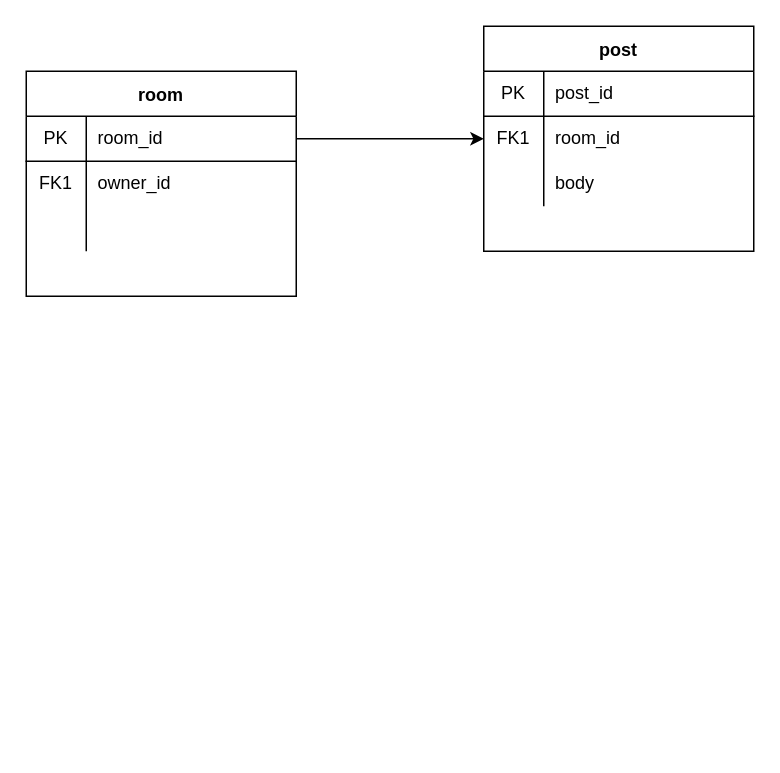
The draw.io diagram EntryRelation.drawio in Terufuji3/ANONIM, before the edit. Source tidied: cells renumbered, new cells numbered last; positions are measured from the earlier drawing's top-left corner, leaving out a move shared by most shapes. Both pictures are drawn from the tidied source at 150%, with x=0, y=0 at pixel (26, 26).
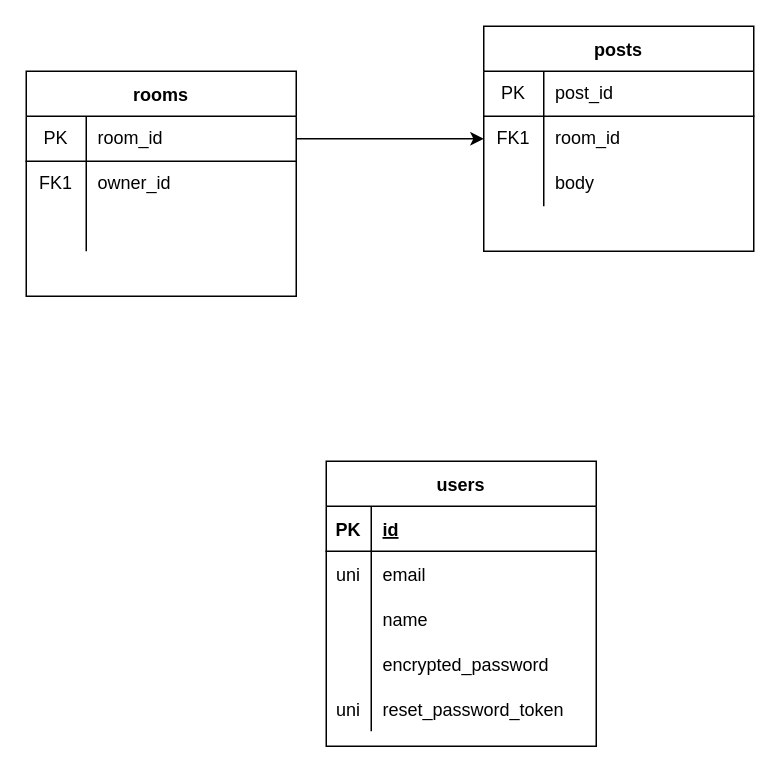
Above is the later version.

Commit message:
EntryRelation.drawio を更新します

Change to the diagram source:
```diff
@@
-    <mxCell id="2" value="room" style="shape=table;startSize=30;childLayout=tableLayout;rowLines=0;fontStyle=1;align=center;" parent="1" vertex="1">
+    <mxCell id="2" value="rooms" style="shape=table;startSize=30;childLayout=tableLayout;rowLines=0;fontStyle=1;align=center;" parent="1" vertex="1">
       <mxGeometry y="30" width="180" height="150" as="geometry" />
     </mxCell>
@@
-    <mxCell id="12" value="post" style="shape=table;startSize=30;childLayout=tableLayout;rowLines=0;fontStyle=1;align=center;" parent="1" vertex="1">
+    <mxCell id="12" value="posts" style="shape=table;startSize=30;childLayout=tableLayout;rowLines=0;fontStyle=1;align=center;" parent="1" vertex="1">
       <mxGeometry x="305" width="180" height="150" as="geometry" />
     </mxCell>
@@
+    <mxCell id="23" value="users" style="shape=table;startSize=30;childLayout=tableLayout;rowLines=0;fontStyle=1;align=center;" parent="1" vertex="1">
+      <mxGeometry x="200" y="290" width="180" height="190" as="geometry" />
+    </mxCell>
+    <mxCell id="24" style="shape=tableRow;horizontal=0;startSize=0;swimlaneHead=0;swimlaneBody=0;fillColor=none;top=0;left=0;right=0;bottom=1;" parent="23" vertex="1">
+      <mxGeometry y="30" width="180" height="30" as="geometry" />
+    </mxCell>
+    <mxCell id="25" value="PK" style="shape=partialRectangle;fillColor=none;top=0;left=0;bottom=0;right=0;fontStyle=1;overflow=hidden;" parent="24" vertex="1">
+      <mxGeometry width="30" height="30" as="geometry" />
+    </mxCell>
+    <mxCell id="26" value="id" style="shape=partialRectangle;fillColor=none;top=0;left=0;bottom=0;right=0;align=left;spacingLeft=6;fontStyle=5;overflow=hidden;" parent="24" vertex="1">
+      <mxGeometry x="30" width="150" height="30" as="geometry" />
+    </mxCell>
+    <mxCell id="27" style="shape=tableRow;horizontal=0;startSize=0;swimlaneHead=0;swimlaneBody=0;fillColor=none;top=0;left=0;right=0;bottom=0;" parent="23" vertex="1">
+      <mxGeometry y="60" width="180" height="30" as="geometry" />
+    </mxCell>
+    <mxCell id="28" value="uni" style="shape=partialRectangle;fillColor=none;top=0;left=0;bottom=0;right=0;overflow=hidden;" parent="27" vertex="1">
+      <mxGeometry width="30" height="30" as="geometry" />
+    </mxCell>
+    <mxCell id="29" value="email" style="shape=partialRectangle;fillColor=none;top=0;left=0;bottom=0;right=0;align=left;spacingLeft=6;overflow=hidden;" parent="27" vertex="1">
+      <mxGeometry x="30" width="150" height="30" as="geometry" />
+    </mxCell>
+    <mxCell id="30" style="shape=tableRow;horizontal=0;startSize=0;swimlaneHead=0;swimlaneBody=0;fillColor=none;top=0;left=0;right=0;bottom=0;" parent="23" vertex="1">
+      <mxGeometry y="90" width="180" height="30" as="geometry" />
+    </mxCell>
+    <mxCell id="31" style="shape=partialRectangle;fillColor=none;top=0;left=0;bottom=0;right=0;overflow=hidden;" parent="30" vertex="1">
+      <mxGeometry width="30" height="30" as="geometry" />
+    </mxCell>
+    <mxCell id="32" value="name" style="shape=partialRectangle;fillColor=none;top=0;left=0;bottom=0;right=0;align=left;spacingLeft=6;overflow=hidden;" parent="30" vertex="1">
+      <mxGeometry x="30" width="150" height="30" as="geometry" />
+    </mxCell>
+    <mxCell id="33" style="shape=tableRow;horizontal=0;startSize=0;swimlaneHead=0;swimlaneBody=0;fillColor=none;top=0;left=0;right=0;bottom=0;" parent="23" vertex="1">
+      <mxGeometry y="120" width="180" height="30" as="geometry" />
+    </mxCell>
+    <mxCell id="34" style="shape=partialRectangle;fillColor=none;top=0;left=0;bottom=0;right=0;overflow=hidden;" parent="33" vertex="1">
+      <mxGeometry width="30" height="30" as="geometry" />
+    </mxCell>
+    <mxCell id="35" value="encrypted_password" style="shape=partialRectangle;fillColor=none;top=0;left=0;bottom=0;right=0;align=left;spacingLeft=6;overflow=hidden;" parent="33" vertex="1">
+      <mxGeometry x="30" width="150" height="30" as="geometry" />
+    </mxCell>
+    <mxCell id="36" style="shape=tableRow;horizontal=0;startSize=0;swimlaneHead=0;swimlaneBody=0;fillColor=none;top=0;left=0;right=0;bottom=0;" parent="23" vertex="1">
+      <mxGeometry y="150" width="180" height="30" as="geometry" />
+    </mxCell>
+    <mxCell id="37" value="uni" style="shape=partialRectangle;fillColor=none;top=0;left=0;bottom=0;right=0;overflow=hidden;" parent="36" vertex="1">
+      <mxGeometry width="30" height="30" as="geometry" />
+    </mxCell>
+    <mxCell id="38" value="reset_password_token" style="shape=partialRectangle;fillColor=none;top=0;left=0;bottom=0;right=0;align=left;spacingLeft=6;overflow=hidden;" parent="36" vertex="1">
+      <mxGeometry x="30" width="150" height="30" as="geometry" />
+    </mxCell>
```
